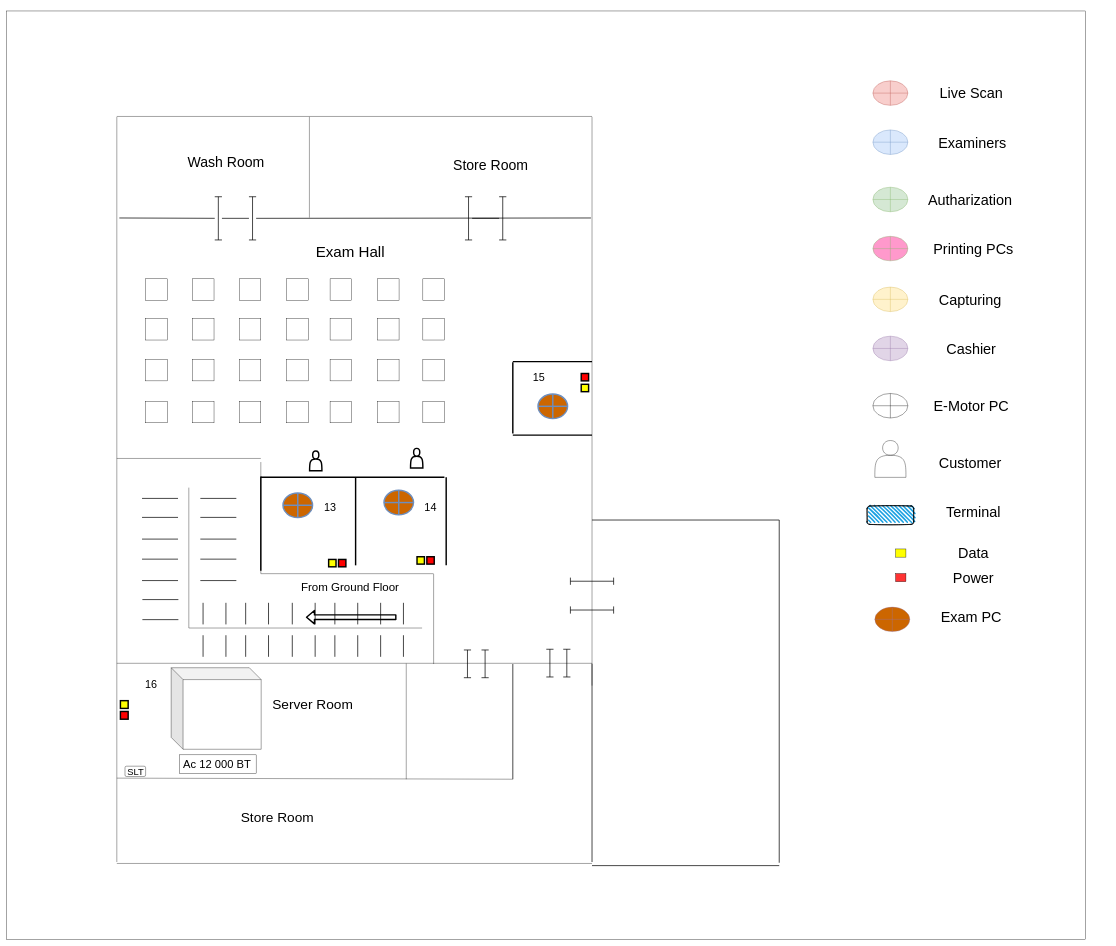
Earlier version of the draw.io diagram vavuniya_Upper floor.drawio (thushan-harshajeewa/dmt-diagrams). Source tidied: cells renumbered, new cells numbered last; positions are measured from the earlier drawing's top-left corner, leaving out a move shared by most shapes. Both pictures are drawn from the tidied source at 36%, with x=0, y=0 at pixel (6, 11).
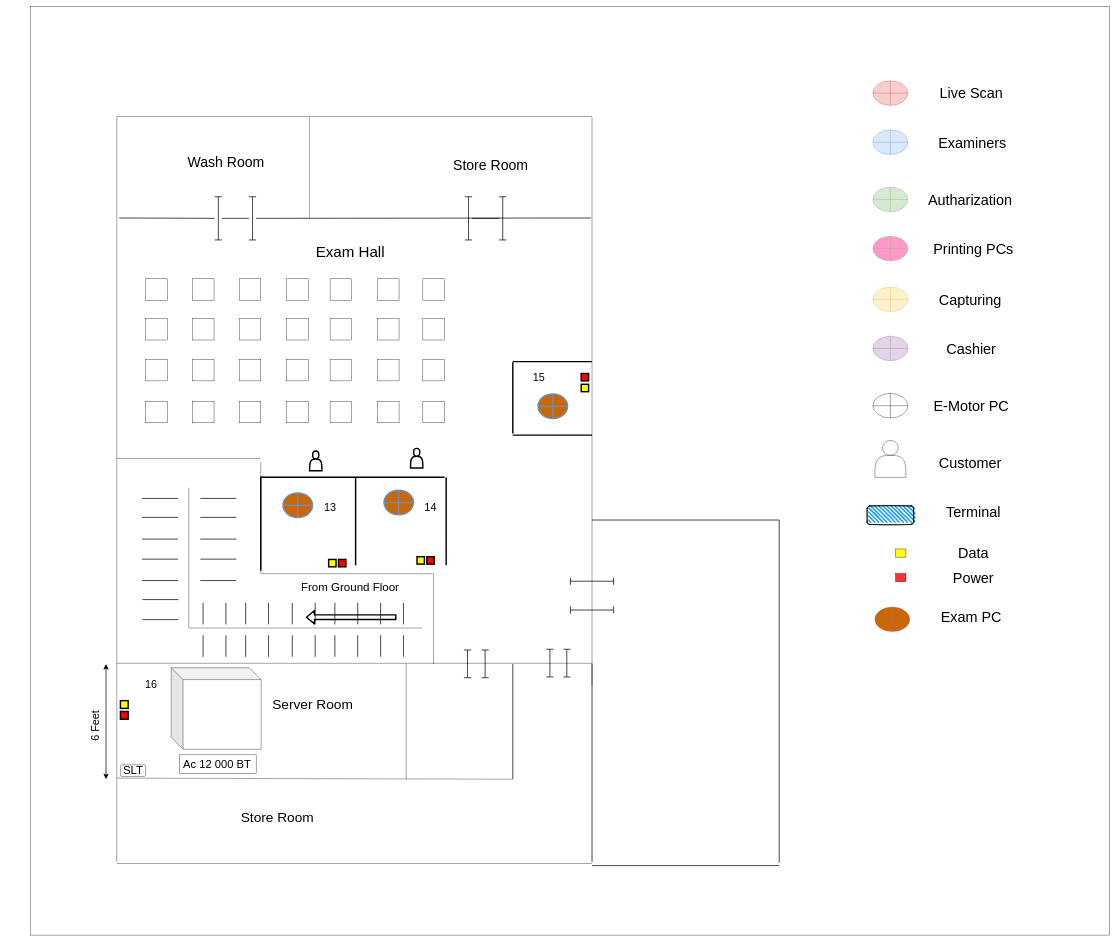
Above is the later version.

Diff of the diagram source:
```diff
@@
     <mxCell id="2" style="rounded=0;whiteSpace=wrap;html=1;" parent="1" vertex="1">
-      <mxGeometry width="2998" height="2580" as="geometry" />
+      <mxGeometry x="67" y="-13.1" width="2998" height="2580" as="geometry" />
     </mxCell>
@@
     <mxCell id="41" style="rounded=1;whiteSpace=wrap;html=1;" parent="1" vertex="1">
-      <mxGeometry x="329.7" y="2097.8" width="57.3" height="28.7" as="geometry" />
+      <mxGeometry x="317" y="2094" width="70" height="32.5" as="geometry" />
     </mxCell>
@@
-    <mxCell id="44" value="&lt;font style=&quot;font-size: 26px;&quot;&gt;SLT&lt;/font&gt;" style="text;html=1;align=center;verticalAlign=middle;whiteSpace=wrap;rounded=0;rotation=0;" parent="1" vertex="1">
-      <mxGeometry x="337.2" y="2109.3" width="45.2" height="8.6" as="geometry" />
+    <mxCell id="44" value="&lt;font style=&quot;font-size: 32px;&quot;&gt;SLT&lt;/font&gt;" style="text;html=1;align=center;verticalAlign=middle;whiteSpace=wrap;rounded=0;rotation=0;" parent="1" vertex="1">
+      <mxGeometry x="330.4" y="2105.9" width="45.2" height="8.6" as="geometry" />
     </mxCell>
@@
+    <mxCell id="157" style="endArrow=classic;startArrow=classic;html=1;endSize=10;startSize=10;strokeWidth=2;" parent="1" edge="1">
+      <mxGeometry relative="1" as="geometry">
+        <mxPoint x="277" y="2134" as="sourcePoint" />
+        <mxPoint x="277" y="1814" as="targetPoint" />
+      </mxGeometry>
+    </mxCell>
+    <mxCell id="158" value="&lt;font style=&quot;font-size: 30px;&quot;&gt;6 Feet&lt;/font&gt;" style="text;html=1;align=center;verticalAlign=middle;whiteSpace=wrap;rounded=0;strokeWidth=4;rotation=270;" parent="1" vertex="1">
+      <mxGeometry x="192" y="1975" width="110" height="20.5" as="geometry" />
+    </mxCell>
```
